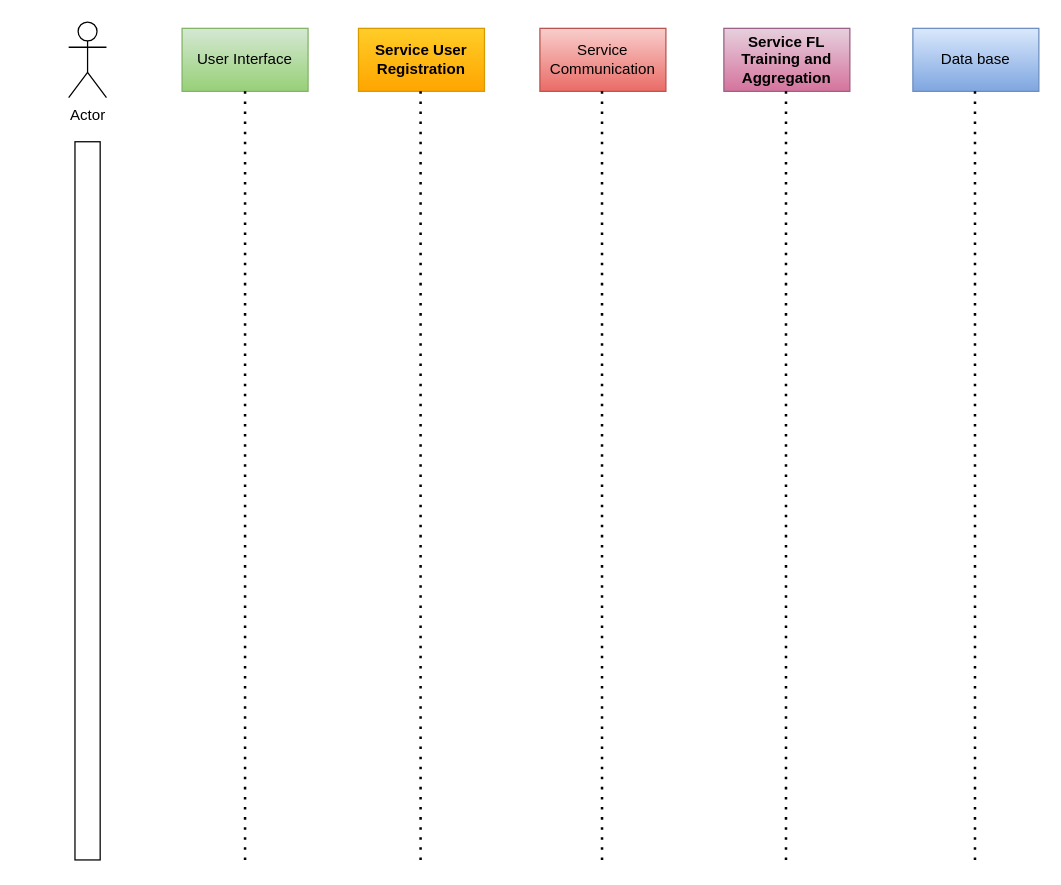
Before: Thesis/Process View.drawio in anandanlk/Drawings, a draw.io diagram. Source tidied: cells renumbered, new cells numbered last; positions are measured from the earlier drawing's top-left corner, leaving out a move shared by most shapes. Both pictures are drawn from the tidied source at 126%, with x=0, y=0 at pixel (68, 21).
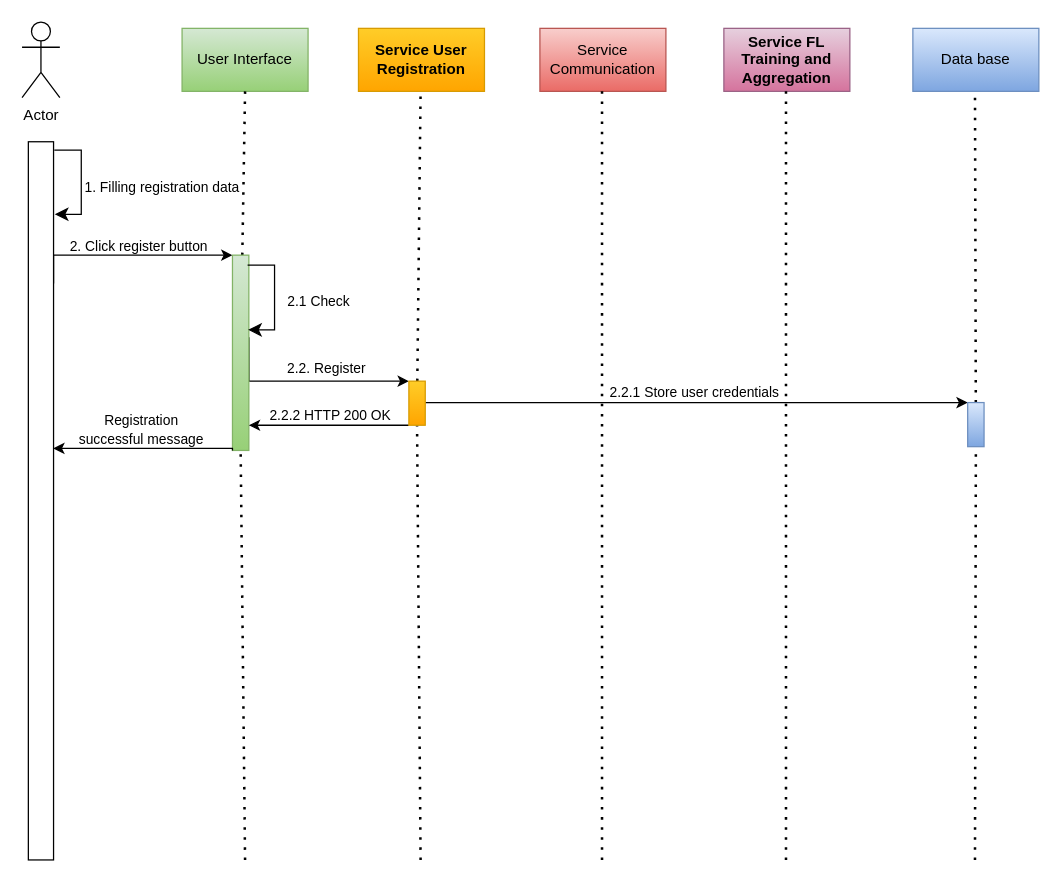
After the change.

Unchanged cells that the change refers to:
```xml
<mxCell id="2" value="User Interface" style="html=1;dashed=0;whiteSpace=wrap;fillColor=#d5e8d4;gradientColor=#97d077;strokeColor=#82b366;" parent="1" vertex="1">
  <mxGeometry x="90" y="5" width="100" height="50" as="geometry" />
</mxCell>
```

The edit, as a diff of the source:
```diff
@@
     <mxCell id="7" value="Actor" style="shape=umlActor;verticalLabelPosition=bottom;verticalAlign=top;html=1;" parent="1" vertex="1">
-      <mxGeometry width="30" height="60" as="geometry" />
+      <mxGeometry x="-37" width="30" height="60" as="geometry" />
     </mxCell>
+    <mxCell id="14" style="edgeStyle=orthogonalEdgeStyle;rounded=0;jettySize=auto;html=1;exitX=1;exitY=0.25;exitDx=0;exitDy=0;entryX=0;entryY=0;entryDx=0;entryDy=0;" parent="1" edge="1" target="20">
+      <mxGeometry relative="1" as="geometry">
+        <mxPoint x="-12" y="207.5" as="sourcePoint" />
+        <Array as="points">
+          <mxPoint x="-12" y="185" />
+        </Array>
+      </mxGeometry>
+    </mxCell>
     <mxCell id="8" style="rounded=0;whiteSpace=wrap;html=1;" parent="1" vertex="1">
-      <mxGeometry x="5" y="95" width="20" height="570" as="geometry" />
+      <mxGeometry x="-32" y="95" width="20" height="570" as="geometry" />
     </mxCell>
-    <mxCell id="9" style="endArrow=none;dashed=1;html=1;dashPattern=1 3;strokeWidth=2;rounded=0;entryX=0.5;entryY=1;entryDx=0;entryDy=0;" parent="1" edge="1" target="2">
-      <mxGeometry relative="1" as="geometry">
-        <mxPoint x="140" y="665" as="sourcePoint" />
-      </mxGeometry>
+    <mxCell id="9" style="endArrow=none;dashed=1;html=1;dashPattern=1 3;strokeWidth=2;rounded=0;entryX=0.5;entryY=1;entryDx=0;entryDy=0;" parent="1" edge="1" source="20" target="2">
+      <mxGeometry relative="1" as="geometry" />
     </mxCell>
-    <mxCell id="10" style="endArrow=none;dashed=1;html=1;dashPattern=1 3;strokeWidth=2;rounded=0;entryX=0.5;entryY=1;entryDx=0;entryDy=0;" parent="1" edge="1">
+    <mxCell id="10" style="endArrow=none;dashed=1;html=1;dashPattern=1 3;strokeWidth=2;rounded=0;entryX=0.5;entryY=1;entryDx=0;entryDy=0;" parent="1" edge="1" source="27">
       <mxGeometry relative="1" as="geometry">
-        <mxPoint x="279.3" y="665" as="sourcePoint" />
         <mxPoint x="279.3" y="55" as="targetPoint" />
       </mxGeometry>
     </mxCell>
@@
-    <mxCell id="13" style="endArrow=none;dashed=1;html=1;dashPattern=1 3;strokeWidth=2;rounded=0;entryX=0.5;entryY=1;entryDx=0;entryDy=0;" parent="1" edge="1">
+    <mxCell id="13" style="endArrow=none;dashed=1;html=1;dashPattern=1 3;strokeWidth=2;rounded=0;entryX=0.5;entryY=1;entryDx=0;entryDy=0;" parent="1" edge="1" source="30">
       <mxGeometry relative="1" as="geometry">
-        <mxPoint x="719.3" y="665" as="sourcePoint" />
         <mxPoint x="719.3" y="55" as="targetPoint" />
       </mxGeometry>
     </mxCell>
+    <mxCell id="15" style="edgeStyle=elbowEdgeStyle;elbow=horizontal;endArrow=classic;html=1;curved=0;rounded=0;endSize=8;startSize=8;exitX=1.029;exitY=0.045;exitDx=0;exitDy=0;exitPerimeter=0;entryX=1.047;entryY=0.101;entryDx=0;entryDy=0;entryPerimeter=0;" parent="1" edge="1" target="8">
+      <mxGeometry relative="1" as="geometry">
+        <mxPoint x="-11.4" y="101.7" as="sourcePoint" />
+        <Array as="points">
+          <mxPoint x="10" y="146" />
+        </Array>
+      </mxGeometry>
+    </mxCell>
+    <mxCell id="16" value="&lt;font style=&quot;font-size: 11px;&quot;&gt;1. Filling registration data&lt;/font&gt;" style="text;html=1;align=left;verticalAlign=middle;whiteSpace=wrap;rounded=0;" parent="1" vertex="1">
+      <mxGeometry x="11" y="116" width="150" height="30" as="geometry" />
+    </mxCell>
+    <mxCell id="17" value="&lt;font style=&quot;font-size: 11px;&quot;&gt;2. Click register button&lt;/font&gt;" style="text;html=1;align=center;verticalAlign=middle;whiteSpace=wrap;rounded=0;" parent="1" vertex="1">
+      <mxGeometry x="-19" y="163" width="150" height="30" as="geometry" />
+    </mxCell>
+    <mxCell id="18" style="endArrow=none;dashed=1;html=1;dashPattern=1 3;strokeWidth=2;rounded=0;entryX=0.5;entryY=1;entryDx=0;entryDy=0;" parent="1" edge="1" target="20">
+      <mxGeometry relative="1" as="geometry">
+        <mxPoint x="140" y="665" as="sourcePoint" />
+      </mxGeometry>
+    </mxCell>
+    <mxCell id="19" style="edgeStyle=orthogonalEdgeStyle;rounded=0;jettySize=auto;html=1;entryX=0;entryY=0;entryDx=0;entryDy=0;exitX=1.005;exitY=0.421;exitDx=0;exitDy=0;exitPerimeter=0;" parent="1" edge="1" source="20" target="27">
+      <mxGeometry relative="1" as="geometry">
+        <Array as="points">
+          <mxPoint x="143" y="285" />
+        </Array>
+      </mxGeometry>
+    </mxCell>
+    <mxCell id="20" style="rounded=0;whiteSpace=wrap;html=1;fillColor=#d5e8d4;gradientColor=#97d077;strokeColor=#82b366;" parent="1" vertex="1">
+      <mxGeometry x="130" y="185" width="13" height="155" as="geometry" />
+    </mxCell>
+    <mxCell id="21" style="edgeStyle=elbowEdgeStyle;elbow=horizontal;endArrow=classic;html=1;curved=0;rounded=0;endSize=8;startSize=8;exitX=1.029;exitY=0.045;exitDx=0;exitDy=0;exitPerimeter=0;entryX=1.047;entryY=0.101;entryDx=0;entryDy=0;entryPerimeter=0;" parent="1" edge="1">
+      <mxGeometry relative="1" as="geometry">
+        <mxPoint x="142" y="193" as="sourcePoint" />
+        <mxPoint x="142.4" y="244.3" as="targetPoint" />
+        <Array as="points">
+          <mxPoint x="163.4" y="237.3" />
+        </Array>
+      </mxGeometry>
+    </mxCell>
+    <mxCell id="22" value="&lt;font style=&quot;font-size: 11px;&quot;&gt;2.1 Check&lt;/font&gt;" style="text;html=1;align=left;verticalAlign=middle;whiteSpace=wrap;rounded=0;" parent="1" vertex="1">
+      <mxGeometry x="172.4" y="207.3" width="100.6" height="30" as="geometry" />
+    </mxCell>
+    <mxCell id="23" value="&lt;font style=&quot;font-size: 11px;&quot;&gt;2.2. Register&lt;/font&gt;" style="text;html=1;align=center;verticalAlign=middle;whiteSpace=wrap;rounded=0;" parent="1" vertex="1">
+      <mxGeometry x="161" y="260" width="88" height="30" as="geometry" />
+    </mxCell>
+    <mxCell id="24" style="endArrow=none;dashed=1;html=1;dashPattern=1 3;strokeWidth=2;rounded=0;entryX=0.5;entryY=1;entryDx=0;entryDy=0;" parent="1" edge="1" target="27">
+      <mxGeometry relative="1" as="geometry">
+        <mxPoint x="279.3" y="665" as="sourcePoint" />
+      </mxGeometry>
+    </mxCell>
+    <mxCell id="25" style="edgeStyle=orthogonalEdgeStyle;rounded=0;jettySize=auto;html=1;exitX=0;exitY=1;exitDx=0;exitDy=0;" parent="1" edge="1" source="27">
+      <mxGeometry relative="1" as="geometry">
+        <mxPoint x="143" y="320" as="targetPoint" />
+        <Array as="points">
+          <mxPoint x="143" y="320" />
+        </Array>
+      </mxGeometry>
+    </mxCell>
+    <mxCell id="26" style="edgeStyle=orthogonalEdgeStyle;rounded=0;jettySize=auto;html=1;entryX=0;entryY=0;entryDx=0;entryDy=0;" parent="1" edge="1" source="27" target="30">
+      <mxGeometry relative="1" as="geometry">
+        <Array as="points">
+          <mxPoint x="714" y="303" />
+        </Array>
+      </mxGeometry>
+    </mxCell>
+    <mxCell id="27" style="rounded=0;whiteSpace=wrap;html=1;fillColor=#ffcd28;strokeColor=#d79b00;gradientColor=#ffa500;" parent="1" vertex="1">
+      <mxGeometry x="270" y="285" width="13" height="35" as="geometry" />
+    </mxCell>
+    <mxCell id="28" value="&lt;font style=&quot;font-size: 11px;&quot;&gt;2.2.2 HTTP 200 OK&lt;/font&gt;" style="text;html=1;align=center;verticalAlign=middle;whiteSpace=wrap;rounded=0;" parent="1" vertex="1">
+      <mxGeometry x="158" y="297" width="100" height="30" as="geometry" />
+    </mxCell>
+    <mxCell id="29" style="endArrow=none;dashed=1;html=1;dashPattern=1 3;strokeWidth=2;rounded=0;entryX=0.5;entryY=1;entryDx=0;entryDy=0;" parent="1" edge="1" target="30">
+      <mxGeometry relative="1" as="geometry">
+        <mxPoint x="719.3" y="665" as="sourcePoint" />
+      </mxGeometry>
+    </mxCell>
+    <mxCell id="30" style="rounded=0;whiteSpace=wrap;html=1;fillColor=#dae8fc;strokeColor=#6c8ebf;gradientColor=#7ea6e0;" parent="1" vertex="1">
+      <mxGeometry x="713.5" y="302" width="13" height="35" as="geometry" />
+    </mxCell>
+    <mxCell id="31" value="&lt;font style=&quot;font-size: 11px;&quot;&gt;2.2.1 Store user credentials&lt;/font&gt;" style="text;html=1;align=center;verticalAlign=middle;whiteSpace=wrap;rounded=0;" parent="1" vertex="1">
+      <mxGeometry x="422" y="279" width="150" height="30" as="geometry" />
+    </mxCell>
+    <mxCell id="32" style="edgeStyle=orthogonalEdgeStyle;rounded=0;jettySize=auto;html=1;exitX=0;exitY=1;exitDx=0;exitDy=0;entryX=0.988;entryY=0.427;entryDx=0;entryDy=0;entryPerimeter=0;" parent="1" edge="1" source="20" target="8">
+      <mxGeometry relative="1" as="geometry">
+        <Array as="points">
+          <mxPoint x="130" y="338" />
+        </Array>
+      </mxGeometry>
+    </mxCell>
+    <mxCell id="33" value="&lt;font style=&quot;font-size: 11px;&quot;&gt;Registration successful message&lt;/font&gt;" style="text;html=1;align=center;verticalAlign=middle;whiteSpace=wrap;rounded=0;" parent="1" vertex="1">
+      <mxGeometry x="3" y="308" width="110" height="30" as="geometry" />
+    </mxCell>
```
